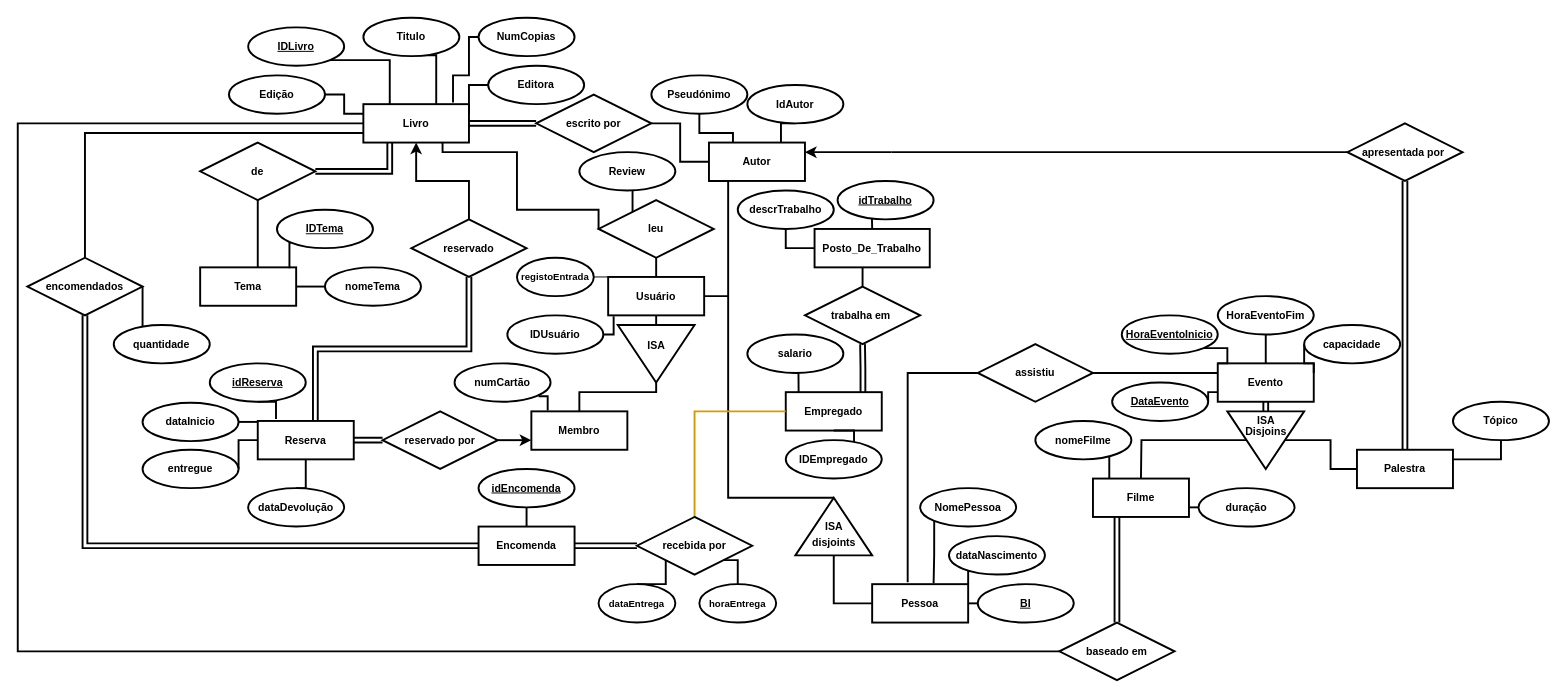
The draw.io diagram Untitled Diagram.drawio in bfibraga/bd-project, before the edit. Source tidied: cells renumbered, new cells numbered last; positions are measured from the earlier drawing's top-left corner, leaving out a move shared by most shapes. Both pictures are drawn from the tidied source at 96%, with x=0, y=0 at pixel (17, 17).
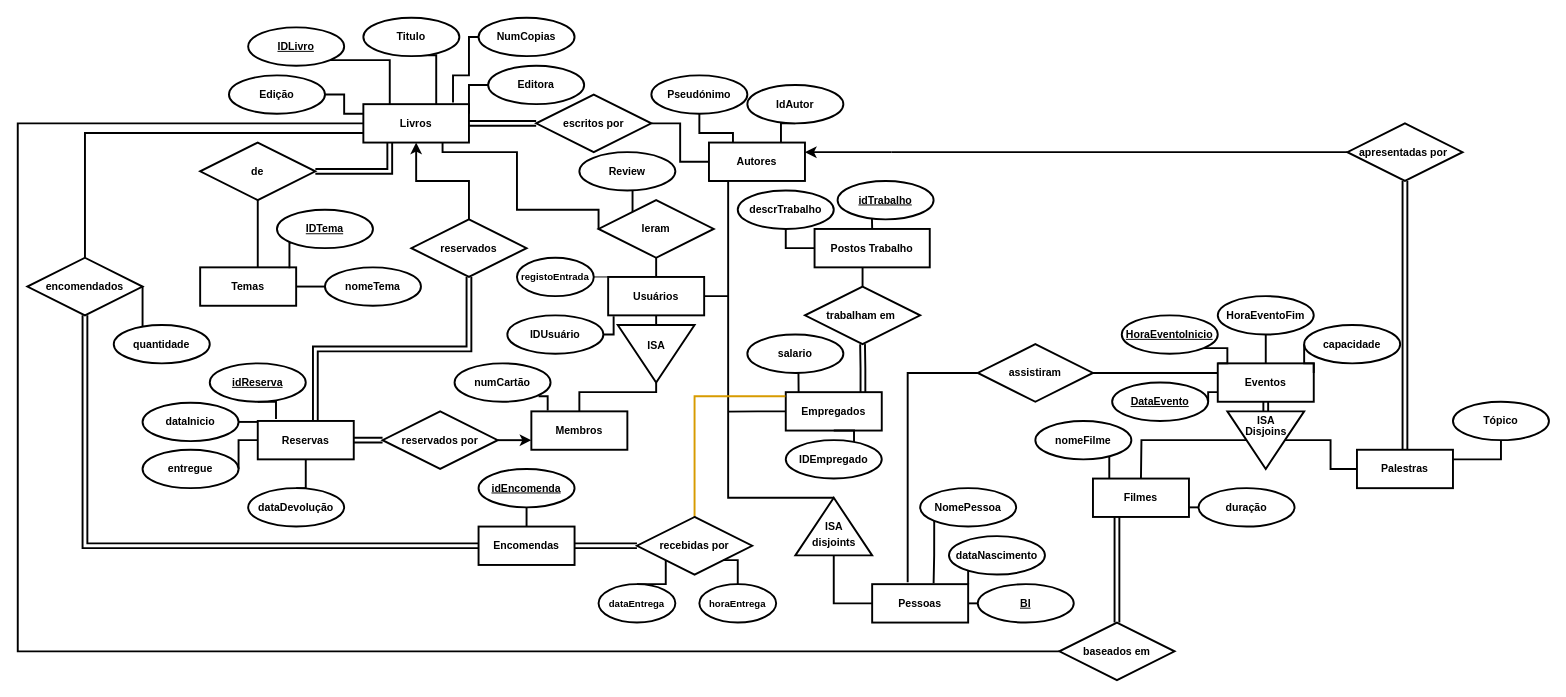
Above is the later version.

Change to the diagram source:
```diff
@@
-    <mxCell id="6" value="Livro" style="whiteSpace=wrap;html=1;align=center;strokeWidth=2;fontStyle=1;fontSize=11;" parent="1" vertex="1">
+    <mxCell id="6" value="Livros" style="whiteSpace=wrap;html=1;align=center;strokeWidth=2;fontStyle=1;fontSize=11;" parent="1" vertex="1">
       <mxGeometry x="360" y="90" width="110" height="40" as="geometry" />
     </mxCell>
@@
-    <mxCell id="16" value="escrito por" style="shape=rhombus;perimeter=rhombusPerimeter;whiteSpace=wrap;html=1;align=center;strokeWidth=2;fontStyle=1;fontSize=11;" parent="1" vertex="1">
+    <mxCell id="16" value="escritos por" style="shape=rhombus;perimeter=rhombusPerimeter;whiteSpace=wrap;html=1;align=center;strokeWidth=2;fontStyle=1;fontSize=11;" parent="1" vertex="1">
       <mxGeometry x="540" y="80" width="120" height="60" as="geometry" />
     </mxCell>
@@
-    <mxCell id="19" value="Autor" style="whiteSpace=wrap;html=1;align=center;strokeWidth=2;fontStyle=1;fontSize=11;" parent="1" vertex="1">
+    <mxCell id="19" value="Autores" style="whiteSpace=wrap;html=1;align=center;strokeWidth=2;fontStyle=1;fontSize=11;" parent="1" vertex="1">
       <mxGeometry x="720" y="130" width="100" height="40" as="geometry" />
     </mxCell>
@@
-    <mxCell id="26" value="Tema" style="whiteSpace=wrap;html=1;align=center;strokeWidth=2;fontStyle=1;fontSize=11;" parent="1" vertex="1">
+    <mxCell id="26" value="Temas" style="whiteSpace=wrap;html=1;align=center;strokeWidth=2;fontStyle=1;fontSize=11;" parent="1" vertex="1">
       <mxGeometry x="190" y="260" width="100" height="40" as="geometry" />
     </mxCell>
@@
-    <mxCell id="30" value="Pessoa" style="whiteSpace=wrap;html=1;align=center;strokeWidth=2;fontStyle=1;fontSize=11;" parent="1" vertex="1">
+    <mxCell id="30" value="Pessoas" style="whiteSpace=wrap;html=1;align=center;strokeWidth=2;fontStyle=1;fontSize=11;" parent="1" vertex="1">
       <mxGeometry x="890" y="590" width="100" height="40" as="geometry" />
     </mxCell>
@@
+    <mxCell id="136" style="edgeStyle=orthogonalEdgeStyle;rounded=0;jettySize=auto;html=1;exitX=0;exitY=0.5;exitDx=0;exitDy=0;strokeWidth=2;endArrow=none;endFill=0;" parent="1" edge="1" source="41">
+      <mxGeometry relative="1" as="geometry">
+        <mxPoint x="740" y="410.3" as="targetPoint" />
+      </mxGeometry>
+    </mxCell>
-    <mxCell id="41" value="Empregado" style="whiteSpace=wrap;html=1;align=center;strokeWidth=2;fontStyle=1;fontSize=11;" parent="1" vertex="1">
+    <mxCell id="41" value="Empregados" style="whiteSpace=wrap;html=1;align=center;strokeWidth=2;fontStyle=1;fontSize=11;" parent="1" vertex="1">
       <mxGeometry x="800" y="390" width="100" height="40" as="geometry" />
     </mxCell>
@@
-    <mxCell id="47" value="Usuário" style="whiteSpace=wrap;html=1;align=center;strokeWidth=2;fontStyle=1;fontSize=11;" parent="1" vertex="1">
+    <mxCell id="47" value="Usuários" style="whiteSpace=wrap;html=1;align=center;strokeWidth=2;fontStyle=1;fontSize=11;" parent="1" vertex="1">
       <mxGeometry x="615" y="270" width="100" height="40" as="geometry" />
     </mxCell>
@@
-    <mxCell id="52" value="Membro" style="whiteSpace=wrap;html=1;align=center;strokeWidth=2;fontStyle=1;fontSize=11;" parent="1" vertex="1">
+    <mxCell id="52" value="Membros" style="whiteSpace=wrap;html=1;align=center;strokeWidth=2;fontStyle=1;fontSize=11;" parent="1" vertex="1">
       <mxGeometry x="535" y="410" width="100" height="40" as="geometry" />
     </mxCell>
@@
-    <mxCell id="54" value="Reserva" style="whiteSpace=wrap;html=1;align=center;strokeWidth=2;fontStyle=1;fontSize=11;" parent="1" vertex="1">
+    <mxCell id="54" value="Reservas" style="whiteSpace=wrap;html=1;align=center;strokeWidth=2;fontStyle=1;fontSize=11;" parent="1" vertex="1">
       <mxGeometry x="250" y="420" width="100" height="40" as="geometry" />
     </mxCell>
@@
-    <mxCell id="63" value="reservado por" style="shape=rhombus;perimeter=rhombusPerimeter;whiteSpace=wrap;html=1;align=center;strokeWidth=2;fontStyle=1;fontSize=11;" parent="1" vertex="1">
+    <mxCell id="63" value="reservados por" style="shape=rhombus;perimeter=rhombusPerimeter;whiteSpace=wrap;html=1;align=center;strokeWidth=2;fontStyle=1;fontSize=11;" parent="1" vertex="1">
       <mxGeometry x="380" y="410" width="120" height="60" as="geometry" />
     </mxCell>
@@
-    <mxCell id="66" value="reservado" style="shape=rhombus;perimeter=rhombusPerimeter;whiteSpace=wrap;html=1;align=center;strokeWidth=2;fontStyle=1;fontSize=11;" parent="1" vertex="1">
+    <mxCell id="66" value="reservados" style="shape=rhombus;perimeter=rhombusPerimeter;whiteSpace=wrap;html=1;align=center;strokeWidth=2;fontStyle=1;fontSize=11;" parent="1" vertex="1">
       <mxGeometry x="410" y="210" width="120" height="60" as="geometry" />
     </mxCell>
@@
-    <mxCell id="68" value="trabalha em&amp;nbsp;" style="shape=rhombus;perimeter=rhombusPerimeter;whiteSpace=wrap;html=1;align=center;strokeWidth=2;fontStyle=1;fontSize=11;" parent="1" vertex="1">
+    <mxCell id="68" value="trabalham em&amp;nbsp;" style="shape=rhombus;perimeter=rhombusPerimeter;whiteSpace=wrap;html=1;align=center;strokeWidth=2;fontStyle=1;fontSize=11;" parent="1" vertex="1">
       <mxGeometry x="820" y="280" width="120" height="60" as="geometry" />
     </mxCell>
-    <mxCell id="69" value="Posto_De_Trabalho" style="whiteSpace=wrap;html=1;align=center;strokeWidth=2;fontStyle=1;fontSize=11;" parent="1" vertex="1">
+    <mxCell id="69" value="Postos Trabalho" style="whiteSpace=wrap;html=1;align=center;strokeWidth=2;fontStyle=1;fontSize=11;" parent="1" vertex="1">
       <mxGeometry x="830" y="220" width="120" height="40" as="geometry" />
     </mxCell>
@@
-    <mxCell id="76" value="Encomenda" style="whiteSpace=wrap;html=1;align=center;strokeWidth=2;fontStyle=1;fontSize=11;" parent="1" vertex="1">
+    <mxCell id="76" value="Encomendas" style="whiteSpace=wrap;html=1;align=center;strokeWidth=2;fontStyle=1;fontSize=11;" parent="1" vertex="1">
       <mxGeometry x="480" y="530" width="100" height="40" as="geometry" />
     </mxCell>
@@
-    <mxCell id="79" style="edgeStyle=orthogonalEdgeStyle;rounded=0;jettySize=auto;html=1;exitX=0.5;exitY=0;exitDx=0;exitDy=0;endArrow=none;endFill=0;fillColor=#ffe6cc;strokeColor=#d79b00;strokeWidth=2;fontStyle=1;fontSize=11;jumpSize=1;entryX=0;entryY=0.5;entryDx=0;entryDy=0;" parent="1" edge="1" source="80" target="41">
+    <mxCell id="79" style="edgeStyle=orthogonalEdgeStyle;rounded=0;jettySize=auto;html=1;exitX=0.5;exitY=0;exitDx=0;exitDy=0;endArrow=none;endFill=0;fillColor=#ffe6cc;strokeColor=#d79b00;strokeWidth=2;fontStyle=1;fontSize=11;jumpSize=1;entryX=-0.004;entryY=0.107;entryDx=0;entryDy=0;entryPerimeter=0;" parent="1" edge="1" source="80" target="41">
       <mxGeometry relative="1" as="geometry">
         <Array as="points">
-          <mxPoint x="705" y="410" />
+          <mxPoint x="705" y="394" />
         </Array>
       </mxGeometry>
     </mxCell>
-    <mxCell id="80" value="recebida por" style="shape=rhombus;perimeter=rhombusPerimeter;whiteSpace=wrap;html=1;align=center;strokeWidth=2;fontStyle=1;fontSize=11;" parent="1" vertex="1">
+    <mxCell id="80" value="recebidas por" style="shape=rhombus;perimeter=rhombusPerimeter;whiteSpace=wrap;html=1;align=center;strokeWidth=2;fontStyle=1;fontSize=11;" parent="1" vertex="1">
       <mxGeometry x="645" y="520" width="120" height="60" as="geometry" />
     </mxCell>
@@
-    <mxCell id="89" value="Evento" style="whiteSpace=wrap;html=1;align=center;strokeWidth=2;fontStyle=1;fontSize=11;" parent="1" vertex="1">
+    <mxCell id="89" value="Eventos" style="whiteSpace=wrap;html=1;align=center;strokeWidth=2;fontStyle=1;fontSize=11;" parent="1" vertex="1">
       <mxGeometry x="1250" y="360" width="100" height="40" as="geometry" />
     </mxCell>
@@
-    <mxCell id="91" value="Palestra" style="whiteSpace=wrap;html=1;align=center;strokeWidth=2;fontStyle=1;fontSize=11;" parent="1" vertex="1">
+    <mxCell id="91" value="Palestras" style="whiteSpace=wrap;html=1;align=center;strokeWidth=2;fontStyle=1;fontSize=11;" parent="1" vertex="1">
       <mxGeometry x="1395" y="450" width="100" height="40" as="geometry" />
     </mxCell>
@@
-    <mxCell id="97" value="Filme" style="whiteSpace=wrap;html=1;align=center;strokeWidth=2;fontStyle=1;fontSize=11;" parent="1" vertex="1">
+    <mxCell id="97" value="Filmes" style="whiteSpace=wrap;html=1;align=center;strokeWidth=2;fontStyle=1;fontSize=11;" parent="1" vertex="1">
       <mxGeometry x="1120" y="480" width="100" height="40" as="geometry" />
     </mxCell>
@@
-    <mxCell id="99" value="apresentada por&amp;nbsp;" style="shape=rhombus;perimeter=rhombusPerimeter;whiteSpace=wrap;html=1;align=center;strokeWidth=2;fontStyle=1;fontSize=11;" parent="1" vertex="1">
+    <mxCell id="99" value="apresentadas por&amp;nbsp;" style="shape=rhombus;perimeter=rhombusPerimeter;whiteSpace=wrap;html=1;align=center;strokeWidth=2;fontStyle=1;fontSize=11;" parent="1" vertex="1">
       <mxGeometry x="1385" y="110" width="120" height="60" as="geometry" />
     </mxCell>
@@
-    <mxCell id="103" value="baseado em" style="shape=rhombus;perimeter=rhombusPerimeter;whiteSpace=wrap;html=1;align=center;strokeWidth=2;fontStyle=1;fontSize=11;" parent="1" vertex="1">
+    <mxCell id="103" value="baseados&amp;nbsp;em" style="shape=rhombus;perimeter=rhombusPerimeter;whiteSpace=wrap;html=1;align=center;strokeWidth=2;fontStyle=1;fontSize=11;" parent="1" vertex="1">
       <mxGeometry x="1085" y="630" width="120" height="60" as="geometry" />
     </mxCell>
@@
-    <mxCell id="114" value="assistiu" style="shape=rhombus;perimeter=rhombusPerimeter;whiteSpace=wrap;html=1;align=center;strokeWidth=2;fontStyle=1;fontSize=11;" parent="1" vertex="1">
+    <mxCell id="114" value="assistiram" style="shape=rhombus;perimeter=rhombusPerimeter;whiteSpace=wrap;html=1;align=center;strokeWidth=2;fontStyle=1;fontSize=11;" parent="1" vertex="1">
       <mxGeometry x="1000" y="340" width="120" height="60" as="geometry" />
     </mxCell>
@@
-    <mxCell id="124" value="leu" style="shape=rhombus;perimeter=rhombusPerimeter;whiteSpace=wrap;html=1;align=center;strokeWidth=2;fontStyle=1;fontSize=11;" parent="1" vertex="1">
+    <mxCell id="124" value="leram" style="shape=rhombus;perimeter=rhombusPerimeter;whiteSpace=wrap;html=1;align=center;strokeWidth=2;fontStyle=1;fontSize=11;" parent="1" vertex="1">
       <mxGeometry x="605" y="190" width="120" height="60" as="geometry" />
     </mxCell>
```
